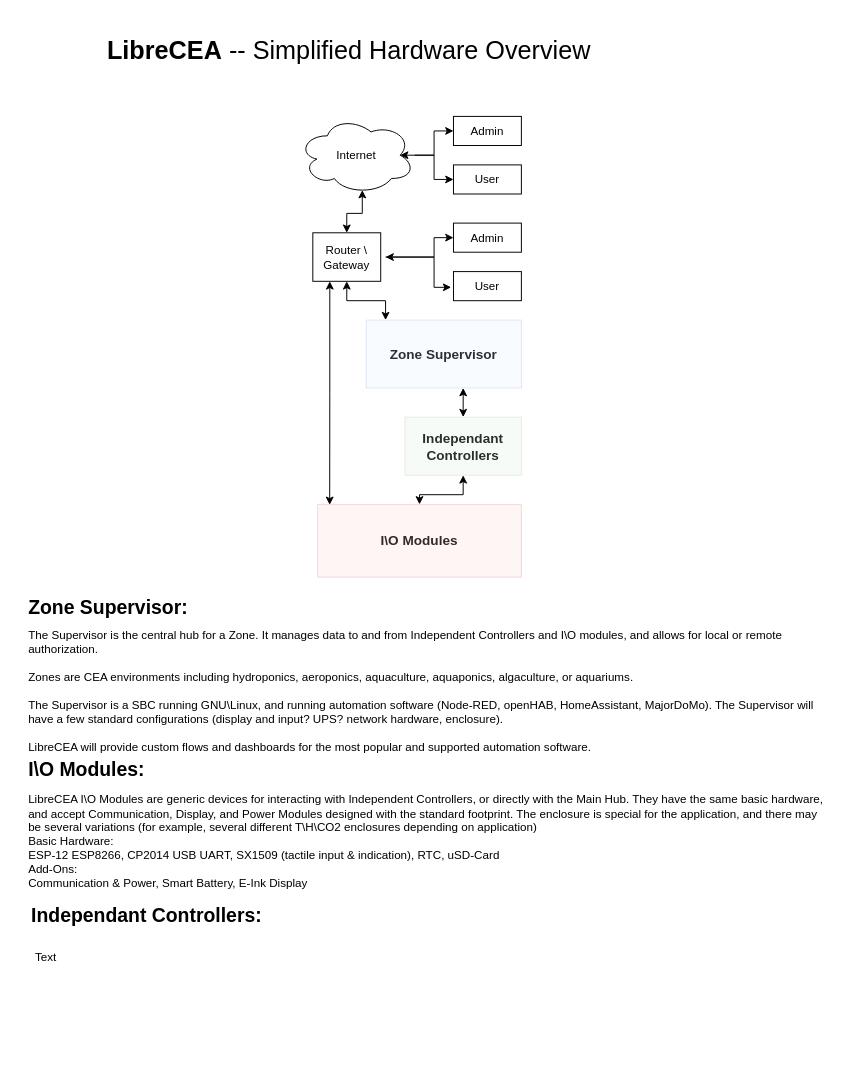
Above: Untitled Diagram.drawio in LibreCEA/Project-Overview (draw.io), before the change. Source tidied: cells renumbered, new cells numbered last; positions are measured from the earlier drawing's top-left corner, leaving out a move shared by most shapes. Both pictures are drawn from the tidied source at 97%, with x=0, y=0 at pixel (16, 16).
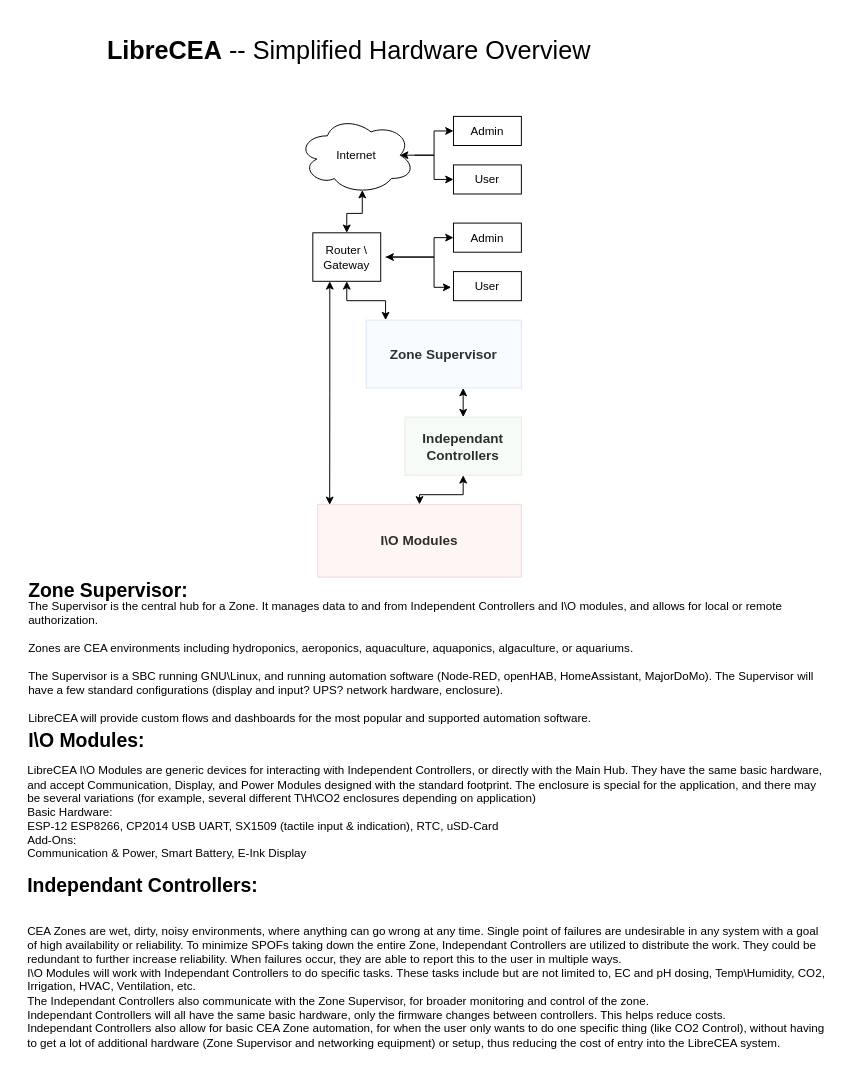
After the change.

The edit, as a diff of the source:
```diff
@@
     <mxCell id="30" value="&lt;div align=&quot;left&quot;&gt;&lt;b&gt;&lt;font style=&quot;font-size: 20px&quot;&gt;Zone Supervisor:&lt;/font&gt;&lt;/b&gt;&lt;/div&gt;" style="text;html=1;strokeColor=none;fillColor=none;align=left;verticalAlign=middle;whiteSpace=wrap;rounded=0;" parent="1" vertex="1">
-      <mxGeometry x="10" y="577.5" width="210" height="60" as="geometry" />
+      <mxGeometry x="10" y="560" width="210" height="60" as="geometry" />
     </mxCell>
     <mxCell id="31" value="&lt;div align=&quot;left&quot;&gt;&lt;b&gt;&lt;font style=&quot;font-size: 20px&quot;&gt;Independant Controllers:&lt;br&gt;&lt;/font&gt;&lt;/b&gt;&lt;/div&gt;" style="text;html=1;strokeColor=none;fillColor=none;align=left;verticalAlign=middle;whiteSpace=wrap;rounded=0;" parent="1" vertex="1">
-      <mxGeometry x="13" y="910" width="330" height="30" as="geometry" />
+      <mxGeometry x="9" y="880" width="330" height="30" as="geometry" />
     </mxCell>
     <mxCell id="32" value="&lt;b&gt;&lt;font style=&quot;font-size: 20px&quot;&gt;I\O Modules:&lt;/font&gt;&lt;/b&gt;" style="text;html=1;strokeColor=none;fillColor=none;align=left;verticalAlign=middle;whiteSpace=wrap;rounded=0;" parent="1" vertex="1">
-      <mxGeometry x="10" y="760" width="210" height="30" as="geometry" />
+      <mxGeometry x="10" y="730" width="210" height="30" as="geometry" />
     </mxCell>
     <mxCell id="33" value="The Supervisor is the central hub for a Zone. It manages data to and from Independent Controllers and I\O modules, and allows for local or remote authorization. &lt;br&gt;&lt;br&gt;Zones are CEA environments including hydroponics, aeroponics, aquaculture, aquaponics, algaculture, or aquariums. &lt;br&gt;&lt;br&gt;The Supervisor is a SBC running GNU\Linux, and running automation software (Node-RED, openHAB, HomeAssistant, MajorDoMo). The Supervisor will have a few standard configurations (display and input? UPS? network hardware, enclosure). &amp;nbsp;&lt;br&gt;&lt;br&gt;LibreCEA will provide custom flows and dashboards for the most popular and supported automation software. " style="text;html=1;strokeColor=none;fillColor=none;align=left;verticalAlign=middle;whiteSpace=wrap;rounded=0;" parent="1" vertex="1">
-      <mxGeometry x="10" y="620" width="830" height="150" as="geometry" />
+      <mxGeometry x="10" y="600" width="830" height="130" as="geometry" />
     </mxCell>
     <mxCell id="34" value="LibreCEA I\O Modules are generic devices for interacting with Independent Controllers, or directly with the Main Hub. They have the same basic hardware, and accept Communication, Display, and Power Modules designed with the standard footprint. The enclosure is special for the application, and there may be several variations (for example, several different T\H\CO2 enclosures depending on application)&lt;br&gt;Basic Hardware: &lt;br&gt;ESP-12 ESP8266, CP2014 USB UART, SX1509 (tactile input &amp;amp; indication), RTC, uSD-Card&lt;br&gt;Add-Ons:&lt;br&gt;Communication &amp;amp; Power, Smart Battery, E-Ink Display&amp;nbsp; " style="text;html=1;strokeColor=none;fillColor=none;align=left;verticalAlign=middle;whiteSpace=wrap;rounded=0;" parent="1" vertex="1">
-      <mxGeometry x="10" y="790" width="831" height="120" as="geometry" />
+      <mxGeometry x="9" y="760" width="831" height="120" as="geometry" />
     </mxCell>
-    <mxCell id="35" value="Text" style="text;html=1;strokeColor=none;fillColor=none;align=center;verticalAlign=middle;whiteSpace=wrap;rounded=0;" parent="1" vertex="1">
-      <mxGeometry x="10" y="960" width="40" height="20" as="geometry" />
+    <mxCell id="35" value="CEA Zones are wet, dirty, noisy environments, where anything can go wrong at any time. Single point of failures are undesirable in any system with a goal of high availability or reliability. To minimize SPOFs taking down the entire Zone, Independant Controllers are utilized to distribute the work. They could be redundant to further increase reliability. When failures occur, they are able to report this to the user in multiple ways.&lt;br&gt;I\O Modules will work with Independant Controllers to do specific tasks. These tasks include but are not limited to, EC and pH dosing, Temp\Humidity, CO2, Irrigation, HVAC, Ventilation, etc. &lt;br&gt;The Independant Controllers also communicate with the Zone Supervisor, for broader monitoring and control of the zone. &lt;br&gt;Independant Controllers will all have the same basic hardware, only the firmware changes between controllers. This helps reduce costs. &lt;br&gt;Independant Controllers also allow for basic CEA Zone automation, for when the user only wants to do one specific thing (like CO2 Control), without having to get a lot of additional hardware (Zone Supervisor and networking equipment) or setup, thus reducing the cost of entry into the LibreCEA system.&amp;nbsp; " style="text;html=1;strokeColor=none;fillColor=none;align=left;verticalAlign=middle;whiteSpace=wrap;rounded=0;" parent="1" vertex="1">
+      <mxGeometry x="9" y="910" width="830" height="180" as="geometry" />
     </mxCell>
```
